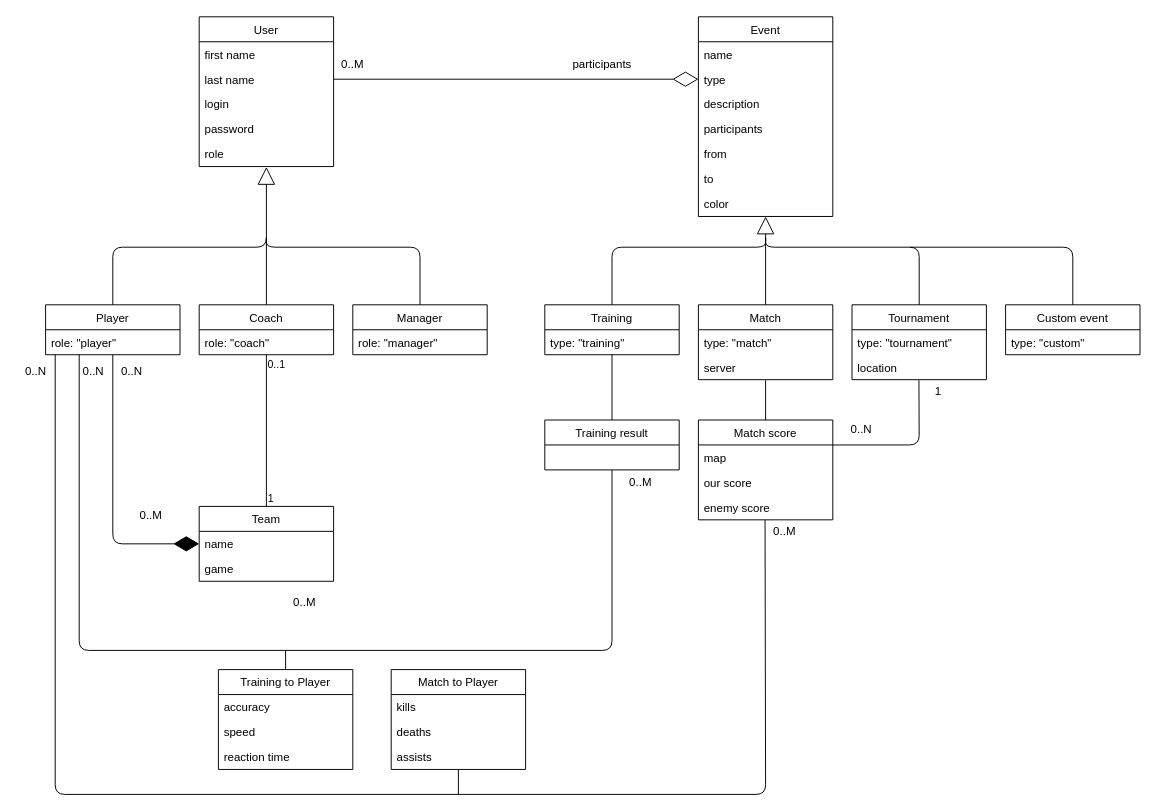
Before: DomainModel.drawio in dminikm/EsportsIS, a draw.io diagram. Source tidied: cells renumbered, new cells numbered last; positions are measured from the earlier drawing's top-left corner, leaving out a move shared by most shapes. Both pictures are drawn from the tidied source at 96%, with x=0, y=0 at pixel (16, 16).
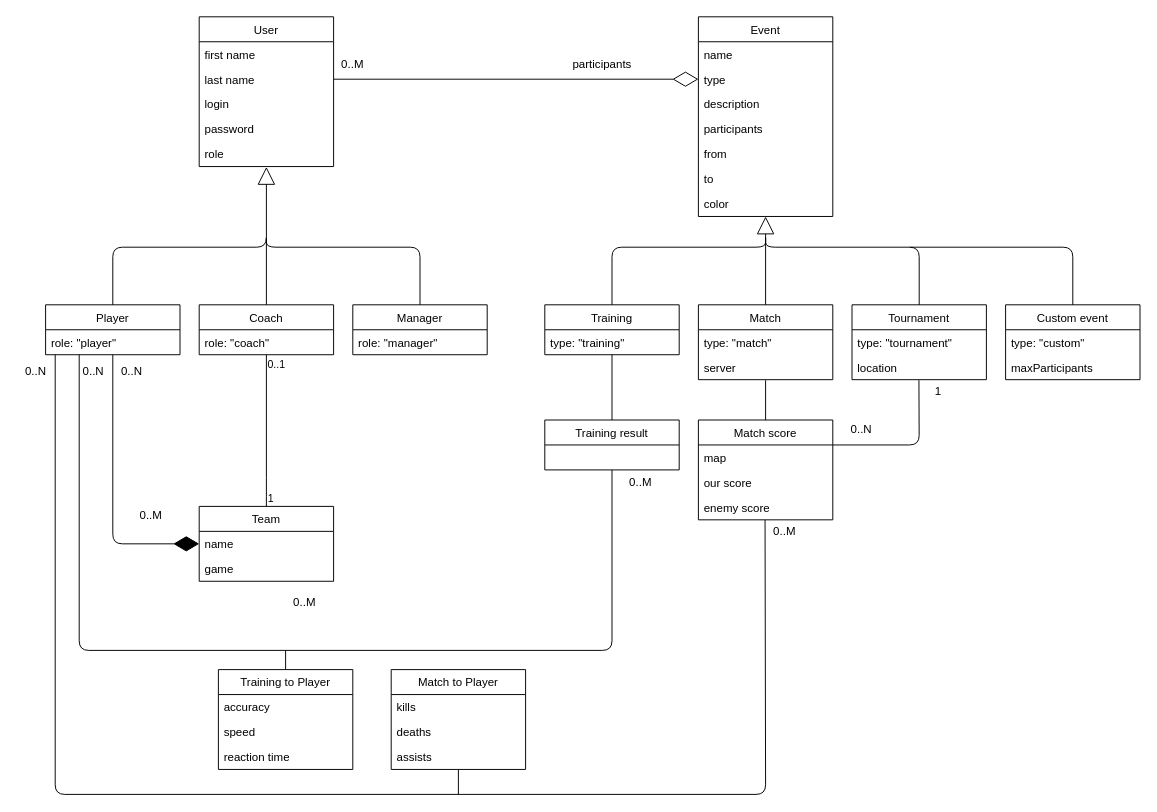
The same page after the edit.

Diff of the diagram source:
```diff
@@
     <mxCell id="56" value="Custom event" style="swimlane;fontStyle=0;horizontal=1;startSize=26;fillColor=none;" parent="1" vertex="1">
-      <mxGeometry x="1030" y="300" width="140" height="52" as="geometry" />
+      <mxGeometry x="1030" y="300" width="140" height="78" as="geometry" />
     </mxCell>
@@
+    <mxCell id="78" value="maxParticipants" style="text;strokeColor=none;fillColor=none;align=left;verticalAlign=top;spacingLeft=4;spacingRight=4;overflow=hidden;" parent="56" vertex="1">
+      <mxGeometry y="52" width="140" height="26" as="geometry" />
+    </mxCell>
```
